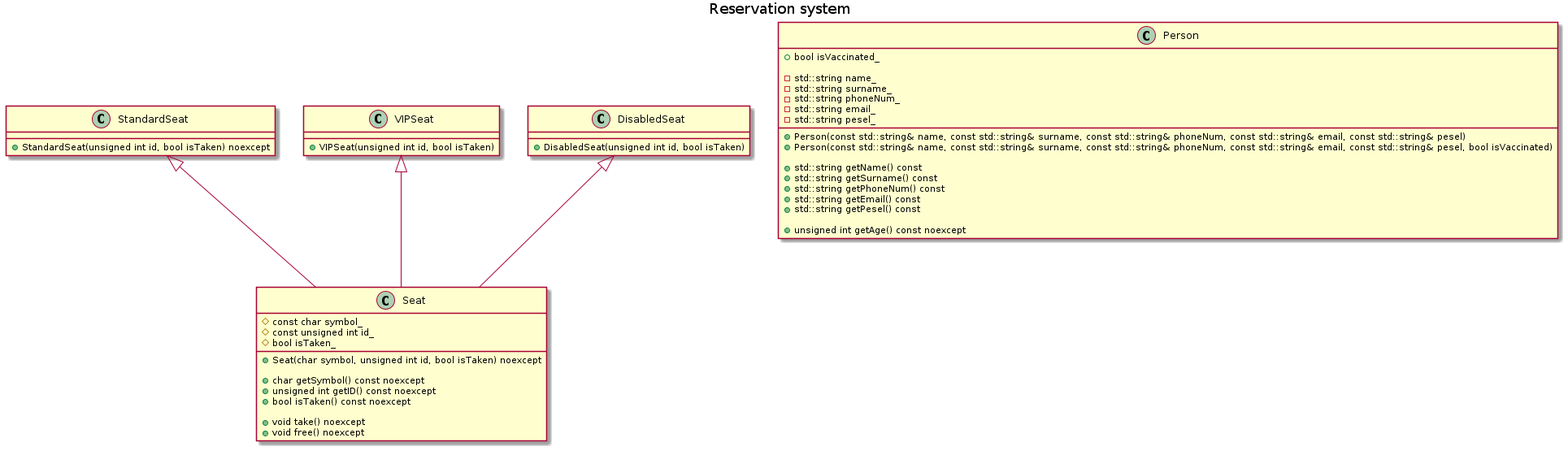
anraf1001/reservation-system keeps this PlantUML diagram as out/reservation-system/Reservation system.png. Above is the earlier version.
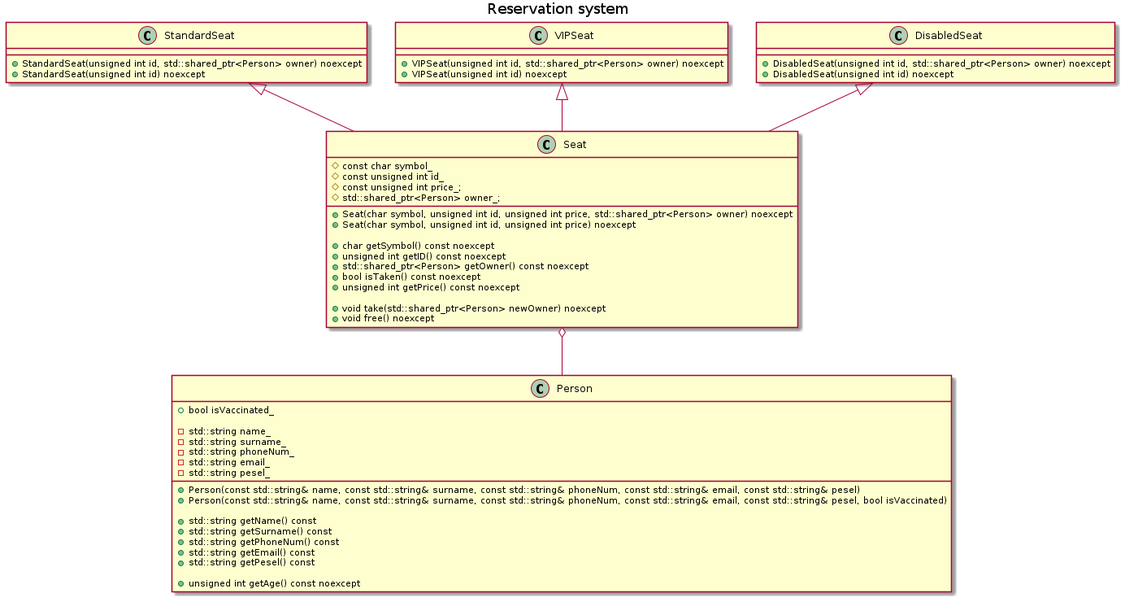
Later version of the same file.

Commit message:
Update UML schematic

Change to the diagram source:
```diff
@@ -5,30 +5,37 @@
 end title
 
 class Seat {
-    +Seat(char symbol, unsigned int id, bool isTaken) noexcept
+    +Seat(char symbol, unsigned int id, unsigned int price, std::shared_ptr<Person> owner) noexcept
+    +Seat(char symbol, unsigned int id, unsigned int price) noexcept
 
     +char getSymbol() const noexcept
     +unsigned int getID() const noexcept
+    +std::shared_ptr<Person> getOwner() const noexcept
     +bool isTaken() const noexcept
+    +unsigned int getPrice() const noexcept
 
-    +void take() noexcept
+    +void take(std::shared_ptr<Person> newOwner) noexcept
     +void free() noexcept
 
     #const char symbol_
     #const unsigned int id_
-    #bool isTaken_
+    #const unsigned int price_;
+    #std::shared_ptr<Person> owner_;
 }
 
 class StandardSeat {
-    +StandardSeat(unsigned int id, bool isTaken) noexcept
+    +StandardSeat(unsigned int id, std::shared_ptr<Person> owner) noexcept
+    +StandardSeat(unsigned int id) noexcept
 }
 
 class VIPSeat {
-    +VIPSeat(unsigned int id, bool isTaken)
+    +VIPSeat(unsigned int id, std::shared_ptr<Person> owner) noexcept
+    +VIPSeat(unsigned int id) noexcept
 }
 
 class DisabledSeat {
-    +DisabledSeat(unsigned int id, bool isTaken)
+    +DisabledSeat(unsigned int id, std::shared_ptr<Person> owner) noexcept
+    +DisabledSeat(unsigned int id) noexcept
 }
 
 class Person {
@@ -56,4 +63,6 @@
 VIPSeat <|-- Seat
 DisabledSeat <|-- Seat
 
+Seat o-- Person
+
 @enduml
```
